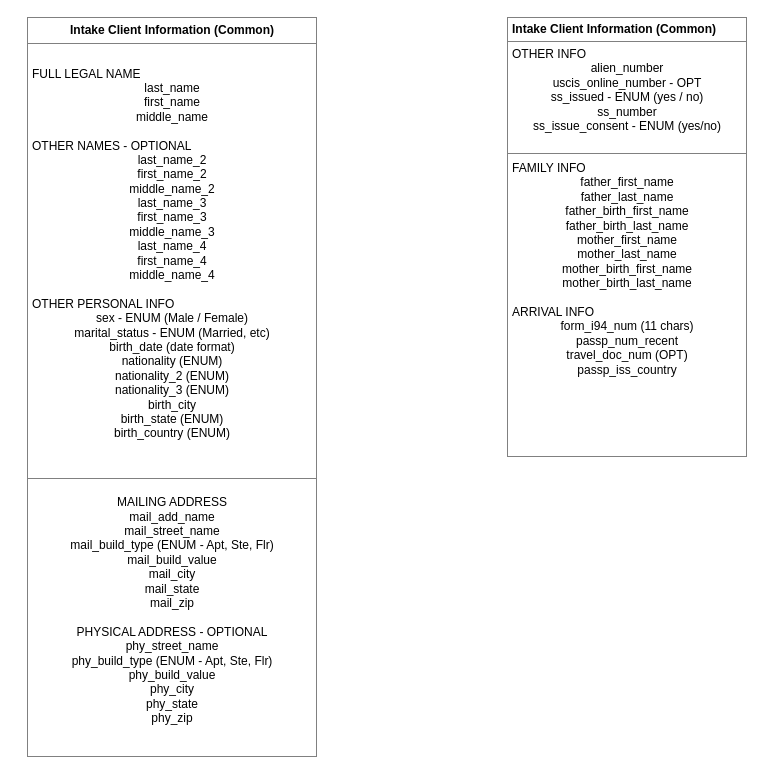
Earlier version of the draw.io diagram page "Client Info Common" (6 of 7) of Architecture.drawio (Nabeel-etx/law-draw-io). Source tidied: cells renumbered, new cells numbered last; positions are measured from the earlier drawing's top-left corner, leaving out a move shared by most shapes. Both pictures are drawn from the tidied source at 100%, with x=0, y=0 at pixel (27, 17).
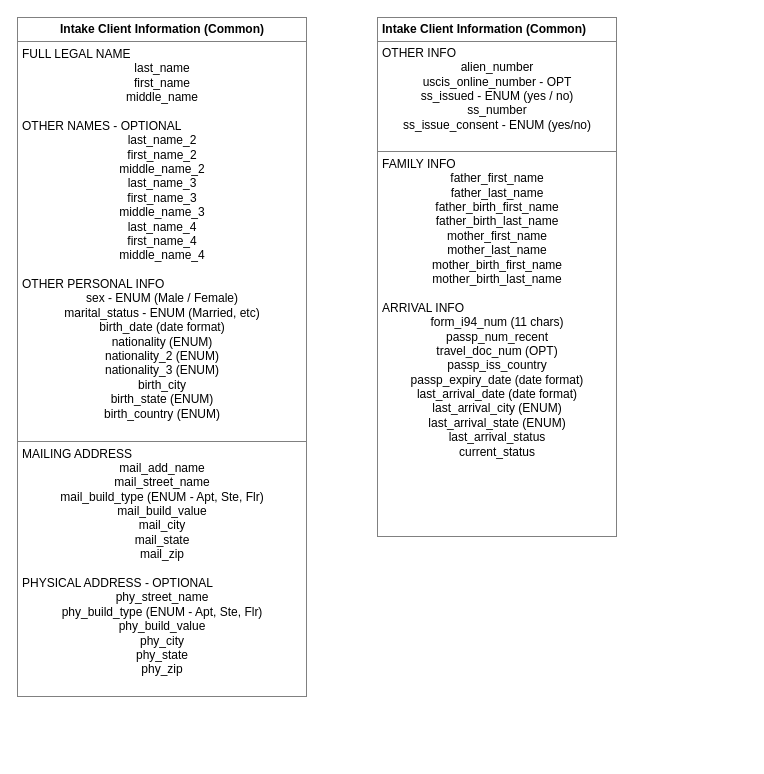
After the change.

Commit message:
other info added.drawio

What changed in the source:
```diff
@@
 <mxGraphModel>
   <root>
     <mxCell id="0" />
     <mxCell id="1" parent="0" />
-    <mxCell id="2" value="&lt;table border=&quot;1&quot; width=&quot;100%&quot; height=&quot;100%&quot; cellpadding=&quot;4&quot; style=&quot;width:100%;height:100%;border-collapse:collapse;&quot;&gt;&lt;tbody&gt;&lt;tr&gt;&lt;th align=&quot;center&quot;&gt;&lt;b&gt;Intake Client Information (Common)&lt;/b&gt;&lt;/th&gt;&lt;/tr&gt;&lt;tr&gt;&lt;td&gt;&lt;div style=&quot;&quot;&gt;&lt;span style=&quot;background-color: transparent; color: light-dark(rgb(0, 0, 0), rgb(255, 255, 255));&quot;&gt;FULL LEGAL NAME&lt;/span&gt;&lt;/div&gt;&lt;div style=&quot;text-align: center;&quot;&gt;&lt;span style=&quot;background-color: transparent; color: light-dark(rgb(0, 0, 0), rgb(255, 255, 255));&quot;&gt;last_name&lt;/span&gt;&lt;/div&gt;&lt;div style=&quot;text-align: center;&quot;&gt;&lt;span style=&quot;background-color: transparent; color: light-dark(rgb(0, 0, 0), rgb(255, 255, 255));&quot;&gt;first_name&lt;/span&gt;&lt;/div&gt;&lt;div style=&quot;text-align: center;&quot;&gt;&lt;span style=&quot;background-color: transparent; color: light-dark(rgb(0, 0, 0), rgb(255, 255, 255));&quot;&gt;middle_name&lt;/span&gt;&lt;/div&gt;&lt;div style=&quot;text-align: center;&quot;&gt;&lt;br&gt;&lt;/div&gt;&lt;div style=&quot;&quot;&gt;&lt;span style=&quot;background-color: transparent; color: light-dark(rgb(0, 0, 0), rgb(255, 255, 255));&quot;&gt;OTHER NAMES - OPTIONAL&lt;/span&gt;&lt;/div&gt;&lt;div style=&quot;text-align: center;&quot;&gt;&lt;span style=&quot;background-color: transparent; color: light-dark(rgb(0, 0, 0), rgb(255, 255, 255));&quot;&gt;last_name_2&lt;/span&gt;&lt;/div&gt;&lt;div style=&quot;text-align: center;&quot;&gt;&lt;span style=&quot;background-color: transparent; color: light-dark(rgb(0, 0, 0), rgb(255, 255, 255));&quot;&gt;first_name_2&lt;/span&gt;&lt;/div&gt;&lt;div style=&quot;text-align: center;&quot;&gt;&lt;span style=&quot;background-color: transparent; color: light-dark(rgb(0, 0, 0), rgb(255, 255, 255));&quot;&gt;middle_name_2&lt;/span&gt;&lt;/div&gt;&lt;div style=&quot;text-align: center;&quot;&gt;&lt;span style=&quot;background-color: transparent; color: light-dark(rgb(0, 0, 0), rgb(255, 255, 255));&quot;&gt;last_name_3&lt;/span&gt;&lt;/div&gt;&lt;div style=&quot;text-align: center;&quot;&gt;&lt;span style=&quot;background-color: transparent; color: light-dark(rgb(0, 0, 0), rgb(255, 255, 255));&quot;&gt;first_name_3&lt;/span&gt;&lt;/div&gt;&lt;div style=&quot;text-align: center;&quot;&gt;&lt;span style=&quot;background-color: transparent; color: light-dark(rgb(0, 0, 0), rgb(255, 255, 255));&quot;&gt;middle_name_3&lt;/span&gt;&lt;/div&gt;&lt;div style=&quot;text-align: center;&quot;&gt;&lt;span style=&quot;background-color: transparent; color: light-dark(rgb(0, 0, 0), rgb(255, 255, 255));&quot;&gt;last_name_4&lt;/span&gt;&lt;/div&gt;&lt;div style=&quot;text-align: center;&quot;&gt;&lt;span style=&quot;background-color: transparent; color: light-dark(rgb(0, 0, 0), rgb(255, 255, 255));&quot;&gt;first_name_4&lt;/span&gt;&lt;/div&gt;&lt;div style=&quot;text-align: center;&quot;&gt;&lt;span style=&quot;background-color: transparent; color: light-dark(rgb(0, 0, 0), rgb(255, 255, 255));&quot;&gt;middle_name_4&lt;/span&gt;&lt;/div&gt;&lt;div style=&quot;text-align: center;&quot;&gt;&lt;span style=&quot;background-color: transparent; color: light-dark(rgb(0, 0, 0), rgb(255, 255, 255));&quot;&gt;&lt;br&gt;&lt;/span&gt;&lt;/div&gt;&lt;div style=&quot;&quot;&gt;&lt;span style=&quot;background-color: transparent; color: light-dark(rgb(0, 0, 0), rgb(255, 255, 255));&quot;&gt;OTHER PERSONAL INFO&lt;/span&gt;&lt;/div&gt;&lt;div style=&quot;&quot;&gt;&lt;div style=&quot;text-align: center;&quot;&gt;sex - ENUM (Male / Female)&lt;/div&gt;&lt;div style=&quot;text-align: center;&quot;&gt;marital_status - ENUM (Married, etc)&lt;/div&gt;&lt;div style=&quot;text-align: center;&quot;&gt;birth_date (date format)&lt;/div&gt;&lt;div style=&quot;text-align: center;&quot;&gt;nationality (ENUM)&lt;/div&gt;&lt;div style=&quot;text-align: center;&quot;&gt;nationality_2 (ENUM)&lt;/div&gt;&lt;div style=&quot;text-align: center;&quot;&gt;nationality_3 (ENUM)&lt;/div&gt;&lt;div style=&quot;text-align: center;&quot;&gt;&lt;span style=&quot;background-color: transparent; color: light-dark(rgb(0, 0, 0), rgb(255, 255, 255));&quot;&gt;birth_city&lt;/span&gt;&lt;/div&gt;&lt;div style=&quot;text-align: center;&quot;&gt;birth_state (ENUM)&lt;/div&gt;&lt;div style=&quot;text-align: center;&quot;&gt;birth_country (ENUM)&lt;/div&gt;&lt;div style=&quot;text-align: center;&quot;&gt;&lt;br&gt;&lt;/div&gt;&lt;/div&gt;&lt;/td&gt;&lt;/tr&gt;&lt;tr&gt;&lt;td align=&quot;center&quot;&gt;MAILING ADDRESS&lt;br&gt;mail_add_name&lt;br&gt;mail_street_name&lt;br&gt;mail_build_type (ENUM - Apt, Ste, Flr)&lt;br&gt;mail_build_value&lt;br&gt;mail_city&lt;br&gt;mail_state&lt;br&gt;mail_zip&lt;br&gt;&lt;br&gt;PHYSICAL ADDRESS - OPTIONAL&lt;br&gt;phy_street_name&lt;br&gt;phy_build_type (ENUM - Apt, Ste, Flr)&lt;br&gt;phy_build_value&lt;br&gt;phy_city&lt;br&gt;phy_state&lt;br&gt;phy_zip&lt;br&gt;&lt;br&gt;&lt;/td&gt;&lt;/tr&gt;&lt;/tbody&gt;&lt;/table&gt;" style="text;html=1;whiteSpace=wrap;strokeColor=none;fillColor=none;overflow=fill;" parent="1" vertex="1">
-      <mxGeometry width="290" height="740" as="geometry" />
+    <mxCell id="2" value="&lt;table border=&quot;1&quot; width=&quot;100%&quot; height=&quot;100%&quot; cellpadding=&quot;4&quot; style=&quot;width:100%;height:100%;border-collapse:collapse;&quot;&gt;&lt;tbody&gt;&lt;tr&gt;&lt;th align=&quot;center&quot;&gt;&lt;b&gt;Intake Client Information (Common)&lt;/b&gt;&lt;/th&gt;&lt;/tr&gt;&lt;tr&gt;&lt;td&gt;&lt;div style=&quot;&quot;&gt;&lt;span style=&quot;background-color: transparent; color: light-dark(rgb(0, 0, 0), rgb(255, 255, 255));&quot;&gt;FULL LEGAL NAME&lt;/span&gt;&lt;/div&gt;&lt;div style=&quot;text-align: center;&quot;&gt;&lt;span style=&quot;background-color: transparent; color: light-dark(rgb(0, 0, 0), rgb(255, 255, 255));&quot;&gt;last_name&lt;/span&gt;&lt;/div&gt;&lt;div style=&quot;text-align: center;&quot;&gt;&lt;span style=&quot;background-color: transparent; color: light-dark(rgb(0, 0, 0), rgb(255, 255, 255));&quot;&gt;first_name&lt;/span&gt;&lt;/div&gt;&lt;div style=&quot;text-align: center;&quot;&gt;&lt;span style=&quot;background-color: transparent; color: light-dark(rgb(0, 0, 0), rgb(255, 255, 255));&quot;&gt;middle_name&lt;/span&gt;&lt;/div&gt;&lt;div style=&quot;text-align: center;&quot;&gt;&lt;br&gt;&lt;/div&gt;&lt;div style=&quot;&quot;&gt;&lt;span style=&quot;background-color: transparent; color: light-dark(rgb(0, 0, 0), rgb(255, 255, 255));&quot;&gt;OTHER NAMES - OPTIONAL&lt;/span&gt;&lt;/div&gt;&lt;div style=&quot;text-align: center;&quot;&gt;&lt;span style=&quot;background-color: transparent; color: light-dark(rgb(0, 0, 0), rgb(255, 255, 255));&quot;&gt;last_name_2&lt;/span&gt;&lt;/div&gt;&lt;div style=&quot;text-align: center;&quot;&gt;&lt;span style=&quot;background-color: transparent; color: light-dark(rgb(0, 0, 0), rgb(255, 255, 255));&quot;&gt;first_name_2&lt;/span&gt;&lt;/div&gt;&lt;div style=&quot;text-align: center;&quot;&gt;&lt;span style=&quot;background-color: transparent; color: light-dark(rgb(0, 0, 0), rgb(255, 255, 255));&quot;&gt;middle_name_2&lt;/span&gt;&lt;/div&gt;&lt;div style=&quot;text-align: center;&quot;&gt;&lt;span style=&quot;background-color: transparent; color: light-dark(rgb(0, 0, 0), rgb(255, 255, 255));&quot;&gt;last_name_3&lt;/span&gt;&lt;/div&gt;&lt;div style=&quot;text-align: center;&quot;&gt;&lt;span style=&quot;background-color: transparent; color: light-dark(rgb(0, 0, 0), rgb(255, 255, 255));&quot;&gt;first_name_3&lt;/span&gt;&lt;/div&gt;&lt;div style=&quot;text-align: center;&quot;&gt;&lt;span style=&quot;background-color: transparent; color: light-dark(rgb(0, 0, 0), rgb(255, 255, 255));&quot;&gt;middle_name_3&lt;/span&gt;&lt;/div&gt;&lt;div style=&quot;text-align: center;&quot;&gt;&lt;span style=&quot;background-color: transparent; color: light-dark(rgb(0, 0, 0), rgb(255, 255, 255));&quot;&gt;last_name_4&lt;/span&gt;&lt;/div&gt;&lt;div style=&quot;text-align: center;&quot;&gt;&lt;span style=&quot;background-color: transparent; color: light-dark(rgb(0, 0, 0), rgb(255, 255, 255));&quot;&gt;first_name_4&lt;/span&gt;&lt;/div&gt;&lt;div style=&quot;text-align: center;&quot;&gt;&lt;span style=&quot;background-color: transparent; color: light-dark(rgb(0, 0, 0), rgb(255, 255, 255));&quot;&gt;middle_name_4&lt;/span&gt;&lt;/div&gt;&lt;div style=&quot;text-align: center;&quot;&gt;&lt;span style=&quot;background-color: transparent; color: light-dark(rgb(0, 0, 0), rgb(255, 255, 255));&quot;&gt;&lt;br&gt;&lt;/span&gt;&lt;/div&gt;&lt;div style=&quot;&quot;&gt;&lt;span style=&quot;background-color: transparent; color: light-dark(rgb(0, 0, 0), rgb(255, 255, 255));&quot;&gt;OTHER PERSONAL INFO&lt;/span&gt;&lt;/div&gt;&lt;div style=&quot;&quot;&gt;&lt;div style=&quot;text-align: center;&quot;&gt;sex - ENUM (Male / Female)&lt;/div&gt;&lt;div style=&quot;text-align: center;&quot;&gt;marital_status - ENUM (Married, etc)&lt;/div&gt;&lt;div style=&quot;text-align: center;&quot;&gt;birth_date (date format)&lt;/div&gt;&lt;div style=&quot;text-align: center;&quot;&gt;nationality (ENUM)&lt;/div&gt;&lt;div style=&quot;text-align: center;&quot;&gt;nationality_2 (ENUM)&lt;/div&gt;&lt;div style=&quot;text-align: center;&quot;&gt;nationality_3 (ENUM)&lt;/div&gt;&lt;div style=&quot;text-align: center;&quot;&gt;&lt;span style=&quot;background-color: transparent; color: light-dark(rgb(0, 0, 0), rgb(255, 255, 255));&quot;&gt;birth_city&lt;/span&gt;&lt;/div&gt;&lt;div style=&quot;text-align: center;&quot;&gt;birth_state (ENUM)&lt;/div&gt;&lt;div style=&quot;text-align: center;&quot;&gt;birth_country (ENUM)&lt;/div&gt;&lt;div style=&quot;text-align: center;&quot;&gt;&lt;br&gt;&lt;/div&gt;&lt;/div&gt;&lt;/td&gt;&lt;/tr&gt;&lt;tr&gt;&lt;td&gt;&lt;div style=&quot;&quot;&gt;&lt;span style=&quot;background-color: transparent; color: light-dark(rgb(0, 0, 0), rgb(255, 255, 255));&quot;&gt;MAILING ADDRESS&lt;/span&gt;&lt;/div&gt;&lt;div style=&quot;text-align: center;&quot;&gt;&lt;span style=&quot;background-color: transparent; color: light-dark(rgb(0, 0, 0), rgb(255, 255, 255));&quot;&gt;mail_add_name&lt;/span&gt;&lt;/div&gt;&lt;div style=&quot;text-align: center;&quot;&gt;&lt;span style=&quot;background-color: transparent; color: light-dark(rgb(0, 0, 0), rgb(255, 255, 255));&quot;&gt;mail_street_name&lt;/span&gt;&lt;/div&gt;&lt;div style=&quot;text-align: center;&quot;&gt;&lt;span style=&quot;background-color: transparent; color: light-dark(rgb(0, 0, 0), rgb(255, 255, 255));&quot;&gt;mail_build_type (ENUM - Apt, Ste, Flr)&lt;/span&gt;&lt;/div&gt;&lt;div style=&quot;text-align: center;&quot;&gt;&lt;span style=&quot;background-color: transparent; color: light-dark(rgb(0, 0, 0), rgb(255, 255, 255));&quot;&gt;mail_build_value&lt;/span&gt;&lt;/div&gt;&lt;div style=&quot;text-align: center;&quot;&gt;&lt;span style=&quot;background-color: transparent; color: light-dark(rgb(0, 0, 0), rgb(255, 255, 255));&quot;&gt;mail_city&lt;/span&gt;&lt;/div&gt;&lt;div style=&quot;text-align: center;&quot;&gt;&lt;span style=&quot;background-color: transparent; color: light-dark(rgb(0, 0, 0), rgb(255, 255, 255));&quot;&gt;mail_state&lt;/span&gt;&lt;/div&gt;&lt;div style=&quot;text-align: center;&quot;&gt;&lt;span style=&quot;background-color: transparent; color: light-dark(rgb(0, 0, 0), rgb(255, 255, 255));&quot;&gt;mail_zip&lt;/span&gt;&lt;/div&gt;&lt;br&gt;&lt;div style=&quot;&quot;&gt;&lt;span style=&quot;background-color: transparent; color: light-dark(rgb(0, 0, 0), rgb(255, 255, 255));&quot;&gt;PHYSICAL ADDRESS - OPTIONAL&lt;/span&gt;&lt;/div&gt;&lt;div style=&quot;text-align: center;&quot;&gt;&lt;span style=&quot;background-color: transparent; color: light-dark(rgb(0, 0, 0), rgb(255, 255, 255));&quot;&gt;phy_street_name&lt;/span&gt;&lt;/div&gt;&lt;div style=&quot;text-align: center;&quot;&gt;&lt;span style=&quot;background-color: transparent; color: light-dark(rgb(0, 0, 0), rgb(255, 255, 255));&quot;&gt;phy_build_type (ENUM - Apt, Ste, Flr)&lt;/span&gt;&lt;/div&gt;&lt;div style=&quot;text-align: center;&quot;&gt;&lt;span style=&quot;background-color: transparent; color: light-dark(rgb(0, 0, 0), rgb(255, 255, 255));&quot;&gt;phy_build_value&lt;/span&gt;&lt;/div&gt;&lt;div style=&quot;text-align: center;&quot;&gt;&lt;span style=&quot;background-color: transparent; color: light-dark(rgb(0, 0, 0), rgb(255, 255, 255));&quot;&gt;phy_city&lt;/span&gt;&lt;/div&gt;&lt;div style=&quot;text-align: center;&quot;&gt;&lt;span style=&quot;background-color: transparent; color: light-dark(rgb(0, 0, 0), rgb(255, 255, 255));&quot;&gt;phy_state&lt;/span&gt;&lt;/div&gt;&lt;div style=&quot;text-align: center;&quot;&gt;&lt;span style=&quot;background-color: transparent; color: light-dark(rgb(0, 0, 0), rgb(255, 255, 255));&quot;&gt;phy_zip&lt;/span&gt;&lt;/div&gt;&lt;br&gt;&lt;/td&gt;&lt;/tr&gt;&lt;/tbody&gt;&lt;/table&gt;" style="text;html=1;whiteSpace=wrap;strokeColor=none;fillColor=none;overflow=fill;" parent="1" vertex="1">
+      <mxGeometry x="-10" width="290" height="680" as="geometry" />
     </mxCell>
-    <mxCell id="3" value="&lt;table border=&quot;1&quot; width=&quot;100%&quot; height=&quot;100%&quot; cellpadding=&quot;4&quot; style=&quot;width:100%;height:100%;border-collapse:collapse;&quot;&gt;&lt;tbody&gt;&lt;tr&gt;&lt;th&gt;&lt;b&gt;Intake Client Information (Common)&lt;/b&gt;&lt;/th&gt;&lt;/tr&gt;&lt;tr&gt;&lt;td&gt;&lt;div style=&quot;&quot;&gt;OTHER INFO&lt;/div&gt;&lt;div style=&quot;text-align: center;&quot;&gt;alien_number&lt;/div&gt;&lt;div style=&quot;text-align: center;&quot;&gt;uscis_online_number - OPT&lt;/div&gt;&lt;div style=&quot;text-align: center;&quot;&gt;&lt;span style=&quot;background-color: transparent; color: light-dark(rgb(0, 0, 0), rgb(255, 255, 255));&quot;&gt;ss_issued - ENUM (yes / no)&lt;/span&gt;&lt;/div&gt;&lt;div style=&quot;text-align: center;&quot;&gt;&lt;span style=&quot;background-color: transparent; color: light-dark(rgb(0, 0, 0), rgb(255, 255, 255));&quot;&gt;ss_number&lt;/span&gt;&lt;/div&gt;&lt;div style=&quot;text-align: center;&quot;&gt;&lt;span style=&quot;background-color: transparent; color: light-dark(rgb(0, 0, 0), rgb(255, 255, 255));&quot;&gt;ss_issue_consent - ENUM (yes/no)&lt;/span&gt;&lt;/div&gt;&lt;br&gt;&lt;/td&gt;&lt;/tr&gt;&lt;tr&gt;&lt;td&gt;&lt;div style=&quot;&quot;&gt;&lt;span style=&quot;background-color: transparent; color: light-dark(rgb(0, 0, 0), rgb(255, 255, 255));&quot;&gt;FAMILY INFO&lt;/span&gt;&lt;/div&gt;&lt;div style=&quot;text-align: center;&quot;&gt;&lt;span style=&quot;background-color: transparent; color: light-dark(rgb(0, 0, 0), rgb(255, 255, 255));&quot;&gt;father_first_name&lt;/span&gt;&lt;/div&gt;&lt;div style=&quot;text-align: center;&quot;&gt;&lt;span style=&quot;background-color: transparent; color: light-dark(rgb(0, 0, 0), rgb(255, 255, 255));&quot;&gt;father_last_name&lt;/span&gt;&lt;/div&gt;&lt;div style=&quot;text-align: center;&quot;&gt;&lt;span style=&quot;background-color: transparent; color: light-dark(rgb(0, 0, 0), rgb(255, 255, 255));&quot;&gt;father_birth_first_name&lt;/span&gt;&lt;/div&gt;&lt;div style=&quot;text-align: center;&quot;&gt;&lt;span style=&quot;background-color: transparent; color: light-dark(rgb(0, 0, 0), rgb(255, 255, 255));&quot;&gt;father_birth_last_name&lt;/span&gt;&lt;/div&gt;&lt;div style=&quot;text-align: center;&quot;&gt;&lt;span style=&quot;background-color: transparent; color: light-dark(rgb(0, 0, 0), rgb(255, 255, 255));&quot;&gt;mother_first_name&lt;/span&gt;&lt;/div&gt;&lt;div style=&quot;text-align: center;&quot;&gt;&lt;span style=&quot;background-color: transparent; color: light-dark(rgb(0, 0, 0), rgb(255, 255, 255));&quot;&gt;mother_last_name&lt;/span&gt;&lt;/div&gt;&lt;div style=&quot;text-align: center;&quot;&gt;mother_birth_first_name&lt;/div&gt;&lt;div style=&quot;text-align: center;&quot;&gt;mother_birth_last_name&lt;/div&gt;&lt;div style=&quot;text-align: center;&quot;&gt;&lt;br&gt;&lt;/div&gt;&lt;div style=&quot;&quot;&gt;ARRIVAL INFO&lt;/div&gt;&lt;div style=&quot;text-align: center;&quot;&gt;form_i94_num (11 chars)&lt;/div&gt;&lt;div style=&quot;text-align: center;&quot;&gt;passp_num_recent&lt;/div&gt;&lt;div style=&quot;text-align: center;&quot;&gt;travel_doc_num (OPT)&lt;/div&gt;&lt;div style=&quot;text-align: center;&quot;&gt;passp_iss_country&lt;/div&gt;&lt;div style=&quot;text-align: center;&quot;&gt;&lt;br&gt;&lt;/div&gt;&lt;div style=&quot;&quot;&gt;&lt;span style=&quot;background-color: transparent; color: light-dark(rgb(0, 0, 0), rgb(255, 255, 255));&quot;&gt;&lt;br&gt;&lt;/span&gt;&lt;/div&gt;&lt;div style=&quot;&quot;&gt;&lt;span style=&quot;background-color: transparent; color: light-dark(rgb(0, 0, 0), rgb(255, 255, 255));&quot;&gt;&lt;br&gt;&lt;/span&gt;&lt;/div&gt;&lt;div style=&quot;&quot;&gt;&lt;span style=&quot;background-color: transparent; color: light-dark(rgb(0, 0, 0), rgb(255, 255, 255));&quot;&gt;&lt;br&gt;&lt;/span&gt;&lt;/div&gt;&lt;br&gt;&lt;/td&gt;&lt;/tr&gt;&lt;/tbody&gt;&lt;/table&gt;" style="text;html=1;whiteSpace=wrap;strokeColor=none;fillColor=none;overflow=fill;align=left;" parent="1" vertex="1">
-      <mxGeometry x="480" width="240" height="440" as="geometry" />
+    <mxCell id="3" value="&lt;table border=&quot;1&quot; width=&quot;100%&quot; height=&quot;100%&quot; cellpadding=&quot;4&quot; style=&quot;width:100%;height:100%;border-collapse:collapse;&quot;&gt;&lt;tbody&gt;&lt;tr&gt;&lt;th&gt;&lt;b&gt;Intake Client Information (Common)&lt;/b&gt;&lt;/th&gt;&lt;/tr&gt;&lt;tr&gt;&lt;td&gt;&lt;div style=&quot;&quot;&gt;OTHER INFO&lt;/div&gt;&lt;div style=&quot;text-align: center;&quot;&gt;alien_number&lt;/div&gt;&lt;div style=&quot;text-align: center;&quot;&gt;uscis_online_number - OPT&lt;/div&gt;&lt;div style=&quot;text-align: center;&quot;&gt;&lt;span style=&quot;background-color: transparent; color: light-dark(rgb(0, 0, 0), rgb(255, 255, 255));&quot;&gt;ss_issued - ENUM (yes / no)&lt;/span&gt;&lt;/div&gt;&lt;div style=&quot;text-align: center;&quot;&gt;&lt;span style=&quot;background-color: transparent; color: light-dark(rgb(0, 0, 0), rgb(255, 255, 255));&quot;&gt;ss_number&lt;/span&gt;&lt;/div&gt;&lt;div style=&quot;text-align: center;&quot;&gt;&lt;span style=&quot;background-color: transparent; color: light-dark(rgb(0, 0, 0), rgb(255, 255, 255));&quot;&gt;ss_issue_consent - ENUM (yes/no)&lt;/span&gt;&lt;/div&gt;&lt;br&gt;&lt;/td&gt;&lt;/tr&gt;&lt;tr&gt;&lt;td&gt;&lt;div style=&quot;&quot;&gt;&lt;span style=&quot;background-color: transparent; color: light-dark(rgb(0, 0, 0), rgb(255, 255, 255));&quot;&gt;FAMILY INFO&lt;/span&gt;&lt;/div&gt;&lt;div style=&quot;text-align: center;&quot;&gt;&lt;span style=&quot;background-color: transparent; color: light-dark(rgb(0, 0, 0), rgb(255, 255, 255));&quot;&gt;father_first_name&lt;/span&gt;&lt;/div&gt;&lt;div style=&quot;text-align: center;&quot;&gt;&lt;span style=&quot;background-color: transparent; color: light-dark(rgb(0, 0, 0), rgb(255, 255, 255));&quot;&gt;father_last_name&lt;/span&gt;&lt;/div&gt;&lt;div style=&quot;text-align: center;&quot;&gt;&lt;span style=&quot;background-color: transparent; color: light-dark(rgb(0, 0, 0), rgb(255, 255, 255));&quot;&gt;father_birth_first_name&lt;/span&gt;&lt;/div&gt;&lt;div style=&quot;text-align: center;&quot;&gt;&lt;span style=&quot;background-color: transparent; color: light-dark(rgb(0, 0, 0), rgb(255, 255, 255));&quot;&gt;father_birth_last_name&lt;/span&gt;&lt;/div&gt;&lt;div style=&quot;text-align: center;&quot;&gt;&lt;span style=&quot;background-color: transparent; color: light-dark(rgb(0, 0, 0), rgb(255, 255, 255));&quot;&gt;mother_first_name&lt;/span&gt;&lt;/div&gt;&lt;div style=&quot;text-align: center;&quot;&gt;&lt;span style=&quot;background-color: transparent; color: light-dark(rgb(0, 0, 0), rgb(255, 255, 255));&quot;&gt;mother_last_name&lt;/span&gt;&lt;/div&gt;&lt;div style=&quot;text-align: center;&quot;&gt;mother_birth_first_name&lt;/div&gt;&lt;div style=&quot;text-align: center;&quot;&gt;mother_birth_last_name&lt;/div&gt;&lt;div style=&quot;text-align: center;&quot;&gt;&lt;br&gt;&lt;/div&gt;&lt;div style=&quot;&quot;&gt;ARRIVAL INFO&lt;/div&gt;&lt;div style=&quot;text-align: center;&quot;&gt;form_i94_num (11 chars)&lt;/div&gt;&lt;div style=&quot;text-align: center;&quot;&gt;passp_num_recent&lt;/div&gt;&lt;div style=&quot;text-align: center;&quot;&gt;travel_doc_num (OPT)&lt;/div&gt;&lt;div style=&quot;text-align: center;&quot;&gt;passp_iss_country&lt;/div&gt;&lt;div style=&quot;text-align: center;&quot;&gt;passp_expiry_date (date format)&lt;/div&gt;&lt;div style=&quot;text-align: center;&quot;&gt;last_arrival_date (date format)&lt;/div&gt;&lt;div style=&quot;text-align: center;&quot;&gt;last_arrival_city (ENUM)&lt;/div&gt;&lt;div style=&quot;text-align: center;&quot;&gt;last_arrival_state (ENUM)&lt;/div&gt;&lt;div style=&quot;text-align: center;&quot;&gt;last_arrival_status&lt;/div&gt;&lt;div style=&quot;text-align: center;&quot;&gt;current_status&lt;/div&gt;&lt;div style=&quot;text-align: center;&quot;&gt;&lt;br&gt;&lt;/div&gt;&lt;div style=&quot;&quot;&gt;&lt;span style=&quot;background-color: transparent; color: light-dark(rgb(0, 0, 0), rgb(255, 255, 255));&quot;&gt;&lt;br&gt;&lt;/span&gt;&lt;/div&gt;&lt;div style=&quot;&quot;&gt;&lt;span style=&quot;background-color: transparent; color: light-dark(rgb(0, 0, 0), rgb(255, 255, 255));&quot;&gt;&lt;br&gt;&lt;/span&gt;&lt;/div&gt;&lt;div style=&quot;&quot;&gt;&lt;span style=&quot;background-color: transparent; color: light-dark(rgb(0, 0, 0), rgb(255, 255, 255));&quot;&gt;&lt;br&gt;&lt;/span&gt;&lt;/div&gt;&lt;br&gt;&lt;/td&gt;&lt;/tr&gt;&lt;/tbody&gt;&lt;/table&gt;" style="text;html=1;whiteSpace=wrap;strokeColor=none;fillColor=none;overflow=fill;align=left;" parent="1" vertex="1">
+      <mxGeometry x="350" width="240" height="520" as="geometry" />
     </mxCell>
   </root>
 </mxGraphModel>
```
